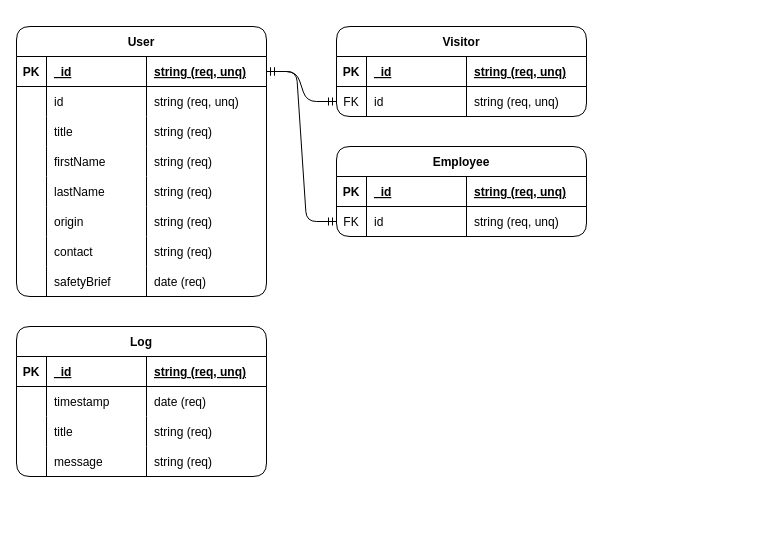
Before: Assets/databaseDesign.drawio in tonkatommy/IOD-Capstone-Project, a draw.io diagram. Source tidied: cells renumbered, new cells numbered last; positions are measured from the earlier drawing's top-left corner, leaving out a move shared by most shapes. Both pictures are drawn from the tidied source at 100%, with x=0, y=0 at pixel (16, 26).
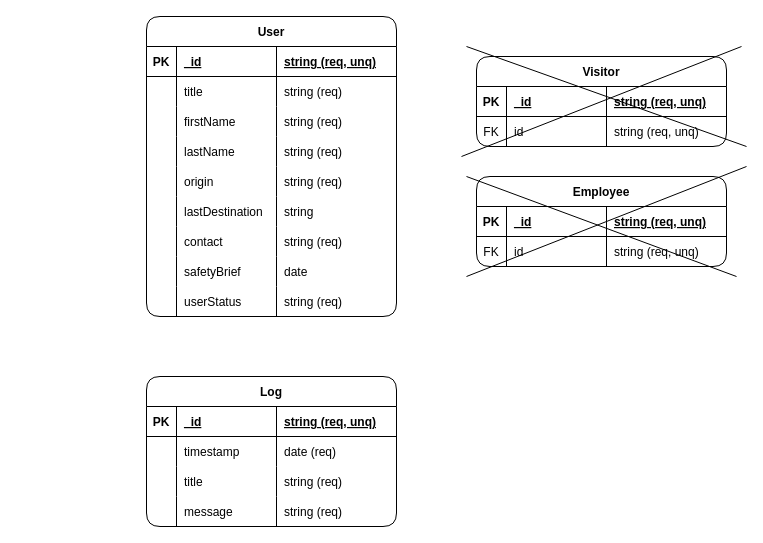
The same page after the edit.

Commit message (it also covers changes not shown here):
Flow chart created

On branch main
Your branch is up to date with 'origin/main'.

Changes to be committed:
	modified:   Assets/databaseDesign.drawio
	new file:   Assets/flowDiagram.drawio

Unchanged cells that the change refers to:
```xml
<mxCell id="3" style="shape=tableRow;horizontal=0;startSize=0;swimlaneHead=0;swimlaneBody=0;fillColor=none;points=[[0,0.5],[1,0.5]];portConstraint=eastwest;top=0;left=0;right=0;bottom=1;" parent="2" vertex="1">
  <mxGeometry y="30" width="250" height="30" as="geometry" />
</mxCell>
<mxCell id="31" style="shape=tableRow;horizontal=0;startSize=0;swimlaneHead=0;swimlaneBody=0;fillColor=none;top=0;left=0;right=0;bottom=0;" parent="2" vertex="1">
  <mxGeometry y="240" width="250" height="30" as="geometry" />
</mxCell>
<mxCell id="40" style="shape=tableRow;horizontal=0;startSize=0;swimlaneHead=0;swimlaneBody=0;fillColor=none;points=[[0,0.5],[1,0.5]];portConstraint=eastwest;top=0;left=0;right=0;bottom=0;" parent="35" vertex="1">
  <mxGeometry y="60" width="250" height="30" as="geometry" />
</mxCell>
<mxCell id="50" style="shape=tableRow;horizontal=0;startSize=0;swimlaneHead=0;swimlaneBody=0;fillColor=none;points=[[0,0.5],[1,0.5]];portConstraint=eastwest;top=0;left=0;right=0;bottom=0;" parent="45" vertex="1">
  <mxGeometry y="60" width="250" height="30" as="geometry" />
</mxCell>
```

The edit, as a diff of the source:
```diff
@@
     <mxCell id="2" value="User" style="shape=table;startSize=30;childLayout=tableLayout;rowLines=0;fontStyle=1;align=center;rounded=1;shadow=0;" parent="1" vertex="1">
-      <mxGeometry width="250" height="270" as="geometry" />
+      <mxGeometry x="130" y="-10" width="250" height="300" as="geometry" />
     </mxCell>
@@
-    <mxCell id="7" style="shape=tableRow;horizontal=0;startSize=0;swimlaneHead=0;swimlaneBody=0;fillColor=none;top=0;left=0;right=0;bottom=0;" parent="2" vertex="1">
-      <mxGeometry y="60" width="250" height="30" as="geometry" />
-    </mxCell>
-    <mxCell id="8" style="shape=partialRectangle;fillColor=none;top=0;left=0;bottom=0;right=0;overflow=hidden;" parent="7" vertex="1">
-      <mxGeometry width="30" height="30" as="geometry" />
-    </mxCell>
-    <mxCell id="9" value="id" style="shape=partialRectangle;fillColor=none;top=0;left=0;bottom=0;right=0;align=left;spacingLeft=6;overflow=hidden;" parent="7" vertex="1">
-      <mxGeometry x="30" width="100" height="30" as="geometry" />
-    </mxCell>
-    <mxCell id="10" value="string (req, unq)" style="shape=partialRectangle;fillColor=none;top=0;left=0;bottom=0;right=0;align=left;spacingLeft=6;overflow=hidden;" parent="7" vertex="1">
-      <mxGeometry x="130" width="120" height="30" as="geometry" />
-    </mxCell>
     <mxCell id="11" style="shape=tableRow;horizontal=0;startSize=0;swimlaneHead=0;swimlaneBody=0;fillColor=none;top=0;left=0;right=0;bottom=0;" parent="2" vertex="1">
-      <mxGeometry y="90" width="250" height="30" as="geometry" />
+      <mxGeometry y="60" width="250" height="30" as="geometry" />
     </mxCell>
@@
     <mxCell id="15" style="shape=tableRow;horizontal=0;startSize=0;swimlaneHead=0;swimlaneBody=0;fillColor=none;top=0;left=0;right=0;bottom=0;" parent="2" vertex="1">
-      <mxGeometry y="120" width="250" height="30" as="geometry" />
+      <mxGeometry y="90" width="250" height="30" as="geometry" />
     </mxCell>
@@
     <mxCell id="19" style="shape=tableRow;horizontal=0;startSize=0;swimlaneHead=0;swimlaneBody=0;fillColor=none;top=0;left=0;right=0;bottom=0;" parent="2" vertex="1">
-      <mxGeometry y="150" width="250" height="30" as="geometry" />
+      <mxGeometry y="120" width="250" height="30" as="geometry" />
     </mxCell>
@@
     <mxCell id="23" style="shape=tableRow;horizontal=0;startSize=0;swimlaneHead=0;swimlaneBody=0;fillColor=none;top=0;left=0;right=0;bottom=0;" parent="2" vertex="1">
-      <mxGeometry y="180" width="250" height="30" as="geometry" />
+      <mxGeometry y="150" width="250" height="30" as="geometry" />
     </mxCell>
@@
+    <mxCell id="72" style="shape=tableRow;horizontal=0;startSize=0;swimlaneHead=0;swimlaneBody=0;fillColor=none;top=0;left=0;right=0;bottom=0;" parent="2" vertex="1">
+      <mxGeometry y="180" width="250" height="30" as="geometry" />
+    </mxCell>
+    <mxCell id="73" style="shape=partialRectangle;fillColor=none;top=0;left=0;bottom=0;right=0;overflow=hidden;" parent="72" vertex="1">
+      <mxGeometry width="30" height="30" as="geometry" />
+    </mxCell>
+    <mxCell id="74" value="lastDestination" style="shape=partialRectangle;fillColor=none;top=0;left=0;bottom=0;right=0;align=left;spacingLeft=6;overflow=hidden;" parent="72" vertex="1">
+      <mxGeometry x="30" width="100" height="30" as="geometry" />
+    </mxCell>
+    <mxCell id="75" value="string" style="shape=partialRectangle;fillColor=none;top=0;left=0;bottom=0;right=0;align=left;spacingLeft=6;overflow=hidden;" parent="72" vertex="1">
+      <mxGeometry x="130" width="120" height="30" as="geometry" />
+    </mxCell>
@@
-    <mxCell id="34" value="date (req)" style="shape=partialRectangle;fillColor=none;top=0;left=0;bottom=0;right=0;align=left;spacingLeft=6;overflow=hidden;" parent="31" vertex="1">
+    <mxCell id="34" value="date" style="shape=partialRectangle;fillColor=none;top=0;left=0;bottom=0;right=0;align=left;spacingLeft=6;overflow=hidden;" parent="31" vertex="1">
       <mxGeometry x="130" width="120" height="30" as="geometry" />
     </mxCell>
+    <mxCell id="76" style="shape=tableRow;horizontal=0;startSize=0;swimlaneHead=0;swimlaneBody=0;fillColor=none;top=0;left=0;right=0;bottom=0;" parent="2" vertex="1">
+      <mxGeometry y="270" width="250" height="30" as="geometry" />
+    </mxCell>
+    <mxCell id="77" style="shape=partialRectangle;fillColor=none;top=0;left=0;bottom=0;right=0;overflow=hidden;" parent="76" vertex="1">
+      <mxGeometry width="30" height="30" as="geometry" />
+    </mxCell>
+    <mxCell id="78" value="userStatus" style="shape=partialRectangle;fillColor=none;top=0;left=0;bottom=0;right=0;align=left;spacingLeft=6;overflow=hidden;" parent="76" vertex="1">
+      <mxGeometry x="30" width="100" height="30" as="geometry" />
+    </mxCell>
+    <mxCell id="79" value="string (req)" style="shape=partialRectangle;fillColor=none;top=0;left=0;bottom=0;right=0;align=left;spacingLeft=6;overflow=hidden;" parent="76" vertex="1">
+      <mxGeometry x="130" width="120" height="30" as="geometry" />
+    </mxCell>
     <mxCell id="35" value="Visitor" style="shape=table;startSize=30;childLayout=tableLayout;rowLines=0;fontStyle=1;align=center;rounded=1;shadow=0;" parent="1" vertex="1">
-      <mxGeometry x="320" width="250" height="90" as="geometry" />
+      <mxGeometry x="460" y="30" width="250" height="90" as="geometry" />
     </mxCell>
@@
-    <mxCell id="44" style="edgeStyle=entityRelationEdgeStyle;fontSize=12;html=1;endArrow=ERmandOne;startArrow=ERmandOne;entryX=0;entryY=0.5;entryDx=0;entryDy=0;exitX=1;exitY=0.5;exitDx=0;exitDy=0;" parent="1" edge="1" source="3" target="40">
-      <mxGeometry relative="1" as="geometry" />
-    </mxCell>
     <mxCell id="45" value="Employee" style="shape=table;startSize=30;childLayout=tableLayout;rowLines=0;fontStyle=1;align=center;rounded=1;shadow=0;" parent="1" vertex="1">
-      <mxGeometry x="320" y="120" width="250" height="90" as="geometry" />
+      <mxGeometry x="460" y="150" width="250" height="90" as="geometry" />
     </mxCell>
@@
-    <mxCell id="54" style="edgeStyle=entityRelationEdgeStyle;fontSize=12;html=1;endArrow=ERmandOne;startArrow=ERmandOne;" parent="1" edge="1" source="3" target="50">
-      <mxGeometry relative="1" as="geometry" />
-    </mxCell>
     <mxCell id="55" value="Log" style="shape=table;startSize=30;childLayout=tableLayout;rowLines=0;fontStyle=1;align=center;rounded=1;shadow=0;" parent="1" vertex="1">
-      <mxGeometry y="300" width="250" height="150" as="geometry" />
+      <mxGeometry x="130" y="350" width="250" height="150" as="geometry" />
     </mxCell>
@@
+    <mxCell id="80" style="endArrow=none;html=1;" parent="1" edge="1">
+      <mxGeometry relative="1" as="geometry">
+        <mxPoint x="450" y="250" as="sourcePoint" />
+        <mxPoint x="730" y="140" as="targetPoint" />
+      </mxGeometry>
+    </mxCell>
+    <mxCell id="81" style="endArrow=none;html=1;" parent="1" edge="1">
+      <mxGeometry relative="1" as="geometry">
+        <mxPoint x="445" y="130" as="sourcePoint" />
+        <mxPoint x="725" y="20" as="targetPoint" />
+      </mxGeometry>
+    </mxCell>
+    <mxCell id="82" style="endArrow=none;html=1;" parent="1" edge="1">
+      <mxGeometry relative="1" as="geometry">
+        <mxPoint x="720" y="250" as="sourcePoint" />
+        <mxPoint x="450" y="150" as="targetPoint" />
+      </mxGeometry>
+    </mxCell>
+    <mxCell id="83" style="endArrow=none;html=1;" parent="1" edge="1">
+      <mxGeometry relative="1" as="geometry">
+        <mxPoint x="730" y="120" as="sourcePoint" />
+        <mxPoint x="450" y="20" as="targetPoint" />
+      </mxGeometry>
+    </mxCell>
```
